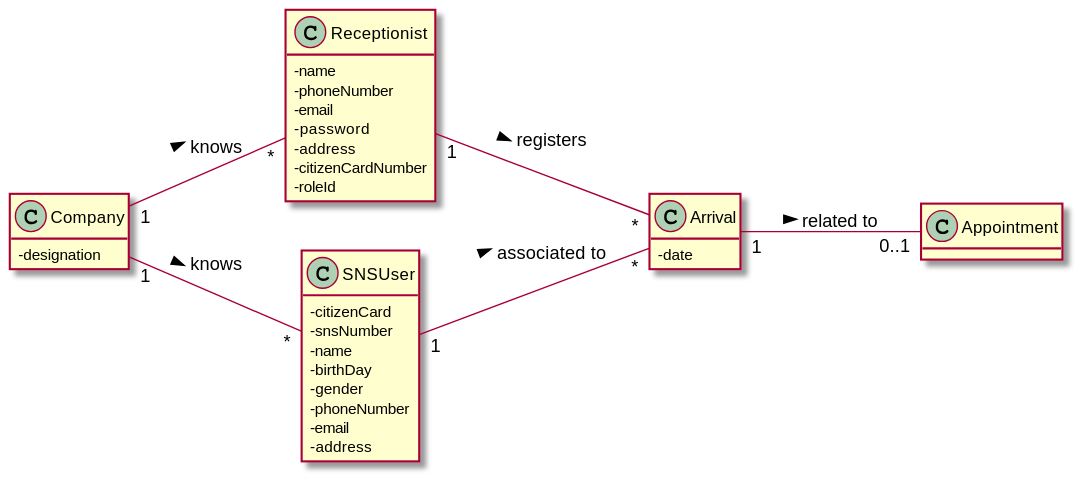
Before: docs/SprintC/US04/DM/US04_DM.svg, a diagram exported from PlantUML (miseEnPlace-i/lapr2). The source it was exported from:
```plantuml
@startuml US04_DM
hide methods
left to right direction
skinparam classAttributeIconSize 0

class Receptionist {
  - name
  - phoneNumber
  - email
  - password
  - address
  - citizenCardNumber
  - roleId
}

class Arrival {
  - date
}

class Appointment {}

class SNSUser {
  - citizenCard
  - snsNumber
  - name
  - birthDay
  - gender
  - phoneNumber
  - email
  - address
}

class Company {
  - designation
}

Arrival "1" -- "0..1" Appointment : related to >
Company "1" -- "*" Receptionist : knows >
Company "1" -- "*" SNSUser : knows >
Receptionist "1" -- "*" Arrival : registers >
SNSUser "1" -- "*" Arrival : associated to >

@enduml
```
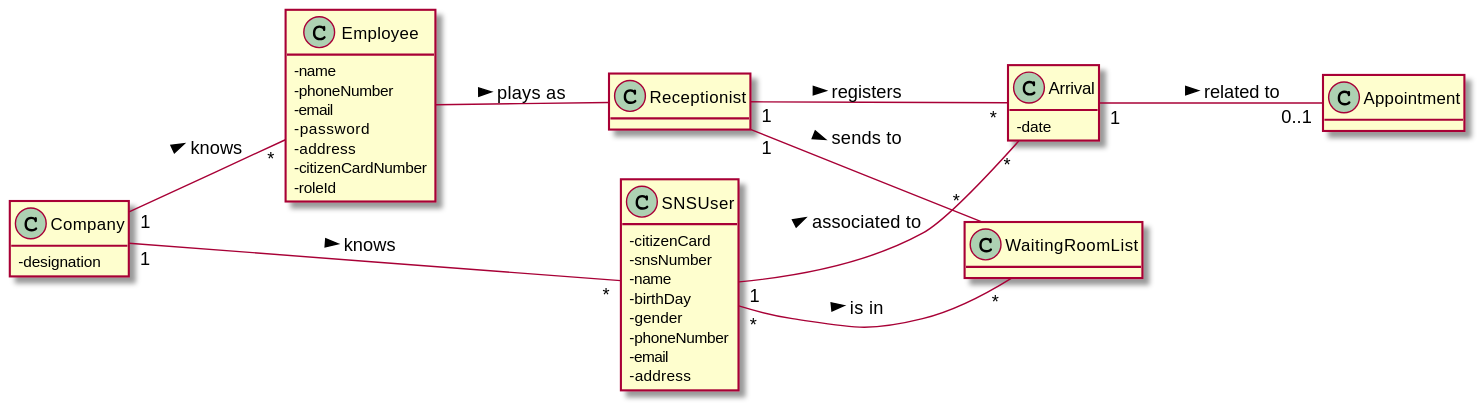
The same diagram one commit later.

What changed in the source:
```diff
@@ -3,7 +3,7 @@
 left to right direction
 skinparam classAttributeIconSize 0
 
-class Receptionist {
+class Employee {
   - name
   - phoneNumber
   - email
@@ -12,6 +12,8 @@
   - citizenCardNumber
   - roleId
 }
+
+class Receptionist {}
 
 class Arrival {
   - date
@@ -34,10 +36,15 @@
   - designation
 }
 
+class WaitingRoomList {}
+
 Arrival "1" -- "0..1" Appointment : related to >
-Company "1" -- "*" Receptionist : knows >
+Company "1" -- "*" Employee : knows >
+Employee -- Receptionist : plays as >
 Company "1" -- "*" SNSUser : knows >
 Receptionist "1" -- "*" Arrival : registers >
+Receptionist "1" -- "*" WaitingRoomList : sends to >
+SNSUser "*" -- "*" WaitingRoomList : is in >
 SNSUser "1" -- "*" Arrival : associated to >
 
 @enduml
```
